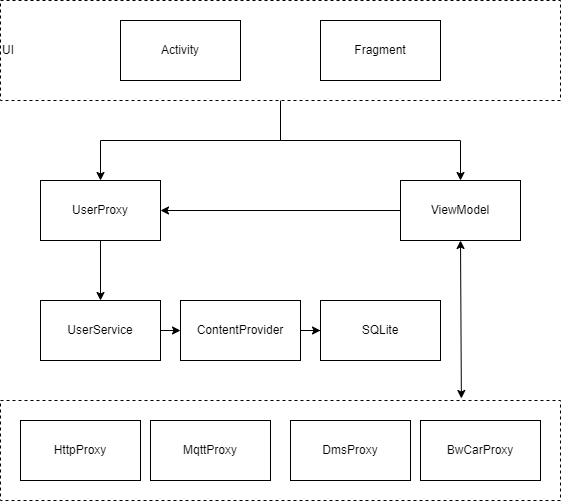
notigit/Image keeps this draw.io diagram as x9hp/用户管理应用架构图.png. Above is the earlier version. Source tidied: cells renumbered, new cells last; positions are measured from the earlier drawing's top-left corner, leaving out a move shared by most shapes.
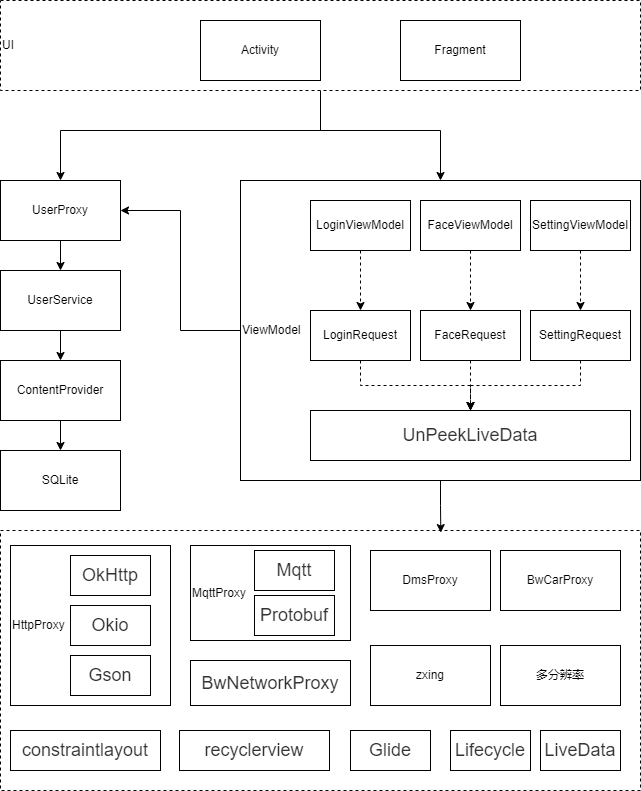
Later version of the same file.

Commit message:
更新用户管理应用架构图.png

What changed in the source:
```diff
@@ -3,16 +3,26 @@
     <mxCell id="0" />
     <mxCell id="1" parent="0" />
     <mxCell id="2" style="rounded=0;whiteSpace=wrap;html=1;dashed=1;strokeWidth=1;" parent="1" vertex="1">
-      <mxGeometry y="400" width="560" height="100" as="geometry" />
+      <mxGeometry x="-80" y="530" width="640" height="260" as="geometry" />
     </mxCell>
     <mxCell id="3" style="edgeStyle=orthogonalEdgeStyle;rounded=0;jettySize=auto;html=1;" parent="1" edge="1" source="5" target="9">
-      <mxGeometry relative="1" as="geometry" />
+      <mxGeometry relative="1" as="geometry">
+        <Array as="points">
+          <mxPoint x="240" y="130" />
+          <mxPoint x="-20" y="130" />
+        </Array>
+      </mxGeometry>
     </mxCell>
-    <mxCell id="4" style="edgeStyle=orthogonalEdgeStyle;rounded=0;jettySize=auto;html=1;exitX=0.5;exitY=1;exitDx=0;exitDy=0;entryX=0.5;entryY=0;entryDx=0;entryDy=0;" parent="1" edge="1" source="5" target="11">
-      <mxGeometry relative="1" as="geometry" />
+    <mxCell id="4" style="edgeStyle=orthogonalEdgeStyle;rounded=0;jettySize=auto;html=1;exitX=0.5;exitY=1;exitDx=0;exitDy=0;" parent="1" edge="1" source="5" target="11">
+      <mxGeometry relative="1" as="geometry">
+        <Array as="points">
+          <mxPoint x="240" y="130" />
+          <mxPoint x="360" y="130" />
+        </Array>
+      </mxGeometry>
     </mxCell>
     <mxCell id="5" value="UI" style="rounded=0;whiteSpace=wrap;html=1;dashed=1;align=left;strokeWidth=1;spacing=2;" parent="1" vertex="1">
-      <mxGeometry width="560" height="100" as="geometry" />
+      <mxGeometry x="-80" width="640" height="90" as="geometry" />
     </mxCell>
     <mxCell id="6" value="Activity" style="rounded=0;whiteSpace=wrap;html=1;" parent="1" vertex="1">
       <mxGeometry x="120" y="20" width="120" height="60" as="geometry" />
@@ -24,43 +34,121 @@
       <mxGeometry relative="1" as="geometry" />
     </mxCell>
     <mxCell id="9" value="UserProxy" style="rounded=0;whiteSpace=wrap;html=1;" parent="1" vertex="1">
-      <mxGeometry x="40" y="180" width="120" height="60" as="geometry" />
+      <mxGeometry x="-80" y="180" width="120" height="60" as="geometry" />
     </mxCell>
+    <mxCell id="22" style="edgeStyle=orthogonalEdgeStyle;rounded=0;jettySize=auto;html=1;exitX=0.5;exitY=1;exitDx=0;exitDy=0;entryX=0.688;entryY=0.008;entryDx=0;entryDy=0;entryPerimeter=0;" parent="1" edge="1" source="11" target="2">
+      <mxGeometry relative="1" as="geometry" />
+    </mxCell>
     <mxCell id="10" style="edgeStyle=orthogonalEdgeStyle;rounded=0;jettySize=auto;html=1;entryX=1;entryY=0.5;entryDx=0;entryDy=0;" parent="1" edge="1" source="11" target="9">
       <mxGeometry relative="1" as="geometry" />
     </mxCell>
-    <mxCell id="11" value="ViewModel" style="rounded=0;whiteSpace=wrap;html=1;" parent="1" vertex="1">
-      <mxGeometry x="400" y="180" width="120" height="60" as="geometry" />
+    <mxCell id="11" value="ViewModel" style="rounded=0;whiteSpace=wrap;html=1;align=left;" parent="1" vertex="1">
+      <mxGeometry x="160" y="180" width="400" height="300" as="geometry" />
     </mxCell>
-    <mxCell id="12" style="edgeStyle=orthogonalEdgeStyle;rounded=0;jettySize=auto;html=1;exitX=1;exitY=0.5;exitDx=0;exitDy=0;entryX=0;entryY=0.5;entryDx=0;entryDy=0;" parent="1" edge="1" source="13" target="15">
+    <mxCell id="12" style="edgeStyle=orthogonalEdgeStyle;rounded=0;jettySize=auto;html=1;entryX=0.5;entryY=0;entryDx=0;entryDy=0;" parent="1" edge="1" source="13" target="15">
       <mxGeometry relative="1" as="geometry" />
     </mxCell>
     <mxCell id="13" value="UserService" style="rounded=0;whiteSpace=wrap;html=1;" parent="1" vertex="1">
-      <mxGeometry x="40" y="300" width="120" height="60" as="geometry" />
+      <mxGeometry x="-80" y="270" width="120" height="60" as="geometry" />
     </mxCell>
-    <mxCell id="14" style="edgeStyle=orthogonalEdgeStyle;rounded=0;jettySize=auto;html=1;entryX=0;entryY=0.5;entryDx=0;entryDy=0;" parent="1" edge="1" source="15" target="21">
+    <mxCell id="14" style="edgeStyle=orthogonalEdgeStyle;rounded=0;jettySize=auto;html=1;exitX=0.5;exitY=1;exitDx=0;exitDy=0;entryX=0.5;entryY=0;entryDx=0;entryDy=0;" parent="1" edge="1" source="15" target="21">
       <mxGeometry relative="1" as="geometry" />
     </mxCell>
     <mxCell id="15" value="ContentProvider" style="rounded=0;whiteSpace=wrap;html=1;" parent="1" vertex="1">
-      <mxGeometry x="180" y="300" width="120" height="60" as="geometry" />
+      <mxGeometry x="-80" y="360" width="120" height="60" as="geometry" />
     </mxCell>
-    <mxCell id="16" value="HttpProxy" style="rounded=0;whiteSpace=wrap;html=1;" parent="1" vertex="1">
-      <mxGeometry x="20" y="420" width="120" height="60" as="geometry" />
+    <mxCell id="16" value="HttpProxy" style="rounded=0;whiteSpace=wrap;html=1;align=left;" parent="1" vertex="1">
+      <mxGeometry x="-70" y="545" width="160" height="160" as="geometry" />
     </mxCell>
-    <mxCell id="17" value="MqttProxy" style="rounded=0;whiteSpace=wrap;html=1;" parent="1" vertex="1">
-      <mxGeometry x="150" y="420" width="120" height="60" as="geometry" />
+    <mxCell id="17" value="MqttProxy" style="rounded=0;whiteSpace=wrap;html=1;align=left;" parent="1" vertex="1">
+      <mxGeometry x="110" y="545" width="160" height="95" as="geometry" />
     </mxCell>
     <mxCell id="18" value="DmsProxy" style="rounded=0;whiteSpace=wrap;html=1;" parent="1" vertex="1">
-      <mxGeometry x="290" y="420" width="120" height="60" as="geometry" />
+      <mxGeometry x="290" y="550" width="120" height="60" as="geometry" />
     </mxCell>
     <mxCell id="19" value="BwCarProxy" style="rounded=0;whiteSpace=wrap;html=1;" parent="1" vertex="1">
-      <mxGeometry x="420" y="420" width="120" height="60" as="geometry" />
+      <mxGeometry x="420" y="550" width="120" height="60" as="geometry" />
     </mxCell>
-    <mxCell id="20" style="endArrow=classic;startArrow=classic;html=1;rounded=0;entryX=0.5;entryY=1;entryDx=0;entryDy=0;exitX=0.823;exitY=-0.02;exitDx=0;exitDy=0;exitPerimeter=0;" parent="1" edge="1" source="2" target="11">
-      <mxGeometry relative="1" as="geometry" />
-    </mxCell>
     <mxCell id="21" value="SQLite" style="rounded=0;whiteSpace=wrap;html=1;" parent="1" vertex="1">
-      <mxGeometry x="320" y="300" width="120" height="60" as="geometry" />
+      <mxGeometry x="-80" y="450" width="120" height="60" as="geometry" />
     </mxCell>
+    <mxCell id="23" value="&lt;span style=&quot;color: rgb(50 , 50 , 50) ; font-size: 18px ; background-color: rgba(255 , 255 , 255 , 0.01)&quot;&gt;constraintlayout&lt;/span&gt;" style="rounded=0;whiteSpace=wrap;html=1;" parent="1" vertex="1">
+      <mxGeometry x="-70" y="730" width="150" height="40" as="geometry" />
+    </mxCell>
+    <mxCell id="24" value="&lt;span style=&quot;color: rgb(50 , 50 , 50) ; font-size: 18px ; background-color: rgba(255 , 255 , 255 , 0.01)&quot;&gt;recyclerview&lt;/span&gt;" style="rounded=0;whiteSpace=wrap;html=1;" parent="1" vertex="1">
+      <mxGeometry x="99" y="730" width="150" height="40" as="geometry" />
+    </mxCell>
+    <mxCell id="25" value="&lt;span style=&quot;color: rgb(50 , 50 , 50) ; font-size: 18px ; background-color: rgba(255 , 255 , 255 , 0.01)&quot;&gt;Glide&lt;/span&gt;" style="rounded=0;whiteSpace=wrap;html=1;" parent="1" vertex="1">
+      <mxGeometry x="270" y="730" width="80" height="40" as="geometry" />
+    </mxCell>
+    <mxCell id="26" value="&lt;span style=&quot;color: rgb(50 , 50 , 50) ; font-size: 18px ; background-color: rgba(255 , 255 , 255 , 0.01)&quot;&gt;Lifecycle&lt;/span&gt;" style="rounded=0;whiteSpace=wrap;html=1;" parent="1" vertex="1">
+      <mxGeometry x="370" y="730" width="80" height="40" as="geometry" />
+    </mxCell>
+    <mxCell id="27" value="&lt;span style=&quot;color: rgb(50 , 50 , 50) ; font-size: 18px ; background-color: rgba(255 , 255 , 255 , 0.01)&quot;&gt;LiveData&lt;/span&gt;" style="rounded=0;whiteSpace=wrap;html=1;" parent="1" vertex="1">
+      <mxGeometry x="460" y="730" width="80" height="40" as="geometry" />
+    </mxCell>
+    <mxCell id="28" value="&lt;span style=&quot;color: rgb(50 , 50 , 50) ; font-size: 18px ; background-color: rgba(255 , 255 , 255 , 0.01)&quot;&gt;OkHttp&lt;/span&gt;" style="rounded=0;whiteSpace=wrap;html=1;" parent="1" vertex="1">
+      <mxGeometry x="-10" y="555" width="80" height="40" as="geometry" />
+    </mxCell>
+    <mxCell id="29" value="&lt;span style=&quot;color: rgb(50 , 50 , 50) ; font-size: 18px ; background-color: rgba(255 , 255 , 255 , 0.01)&quot;&gt;Okio&lt;/span&gt;" style="rounded=0;whiteSpace=wrap;html=1;" parent="1" vertex="1">
+      <mxGeometry x="-10" y="605" width="80" height="40" as="geometry" />
+    </mxCell>
+    <mxCell id="30" value="&lt;span style=&quot;color: rgb(50 , 50 , 50) ; font-size: 18px ; background-color: rgba(255 , 255 , 255 , 0.01)&quot;&gt;Gson&lt;/span&gt;" style="rounded=0;whiteSpace=wrap;html=1;" parent="1" vertex="1">
+      <mxGeometry x="-10" y="655" width="80" height="40" as="geometry" />
+    </mxCell>
+    <mxCell id="31" value="&lt;span style=&quot;color: rgb(50 , 50 , 50) ; font-size: 18px ; background-color: rgba(255 , 255 , 255 , 0.01)&quot;&gt;BwNetworkProxy&lt;/span&gt;" style="rounded=0;whiteSpace=wrap;html=1;" parent="1" vertex="1">
+      <mxGeometry x="110" y="660" width="160" height="45" as="geometry" />
+    </mxCell>
+    <mxCell id="32" value="&lt;span style=&quot;color: rgb(50 , 50 , 50) ; font-size: 18px ; background-color: rgba(255 , 255 , 255 , 0.01)&quot;&gt;Mqtt&lt;/span&gt;" style="rounded=0;whiteSpace=wrap;html=1;" parent="1" vertex="1">
+      <mxGeometry x="174" y="550" width="80" height="40" as="geometry" />
+    </mxCell>
+    <mxCell id="33" value="&lt;span style=&quot;color: rgb(50 , 50 , 50) ; font-size: 18px ; background-color: rgba(255 , 255 , 255 , 0.01)&quot;&gt;Protobuf&lt;/span&gt;" style="rounded=0;whiteSpace=wrap;html=1;" parent="1" vertex="1">
+      <mxGeometry x="174" y="595" width="80" height="40" as="geometry" />
+    </mxCell>
+    <mxCell id="34" style="edgeStyle=orthogonalEdgeStyle;rounded=0;jettySize=auto;html=1;dashed=1;" parent="1" edge="1" source="35" target="41">
+      <mxGeometry relative="1" as="geometry" />
+    </mxCell>
+    <mxCell id="35" value="LoginViewModel" style="rounded=0;whiteSpace=wrap;html=1;" parent="1" vertex="1">
+      <mxGeometry x="230" y="200" width="100" height="50" as="geometry" />
+    </mxCell>
+    <mxCell id="36" style="edgeStyle=orthogonalEdgeStyle;rounded=0;jettySize=auto;html=1;entryX=0.5;entryY=0;entryDx=0;entryDy=0;dashed=1;" parent="1" edge="1" source="37" target="43">
+      <mxGeometry relative="1" as="geometry" />
+    </mxCell>
+    <mxCell id="37" value="FaceViewModel" style="rounded=0;whiteSpace=wrap;html=1;" parent="1" vertex="1">
+      <mxGeometry x="340" y="200" width="100" height="50" as="geometry" />
+    </mxCell>
+    <mxCell id="38" style="edgeStyle=orthogonalEdgeStyle;rounded=0;jettySize=auto;html=1;dashed=1;" parent="1" edge="1" source="39" target="45">
+      <mxGeometry relative="1" as="geometry" />
+    </mxCell>
+    <mxCell id="39" value="SettingViewModel" style="rounded=0;whiteSpace=wrap;html=1;" parent="1" vertex="1">
+      <mxGeometry x="450" y="200" width="100" height="50" as="geometry" />
+    </mxCell>
+    <mxCell id="40" style="edgeStyle=orthogonalEdgeStyle;rounded=0;jettySize=auto;html=1;dashed=1;" parent="1" edge="1" source="41" target="46">
+      <mxGeometry relative="1" as="geometry" />
+    </mxCell>
+    <mxCell id="41" value="LoginRequest" style="rounded=0;whiteSpace=wrap;html=1;" parent="1" vertex="1">
+      <mxGeometry x="230" y="310" width="100" height="50" as="geometry" />
+    </mxCell>
+    <mxCell id="42" style="edgeStyle=orthogonalEdgeStyle;rounded=0;jettySize=auto;html=1;entryX=0.5;entryY=0;entryDx=0;entryDy=0;dashed=1;" parent="1" edge="1" source="43" target="46">
+      <mxGeometry relative="1" as="geometry" />
+    </mxCell>
+    <mxCell id="43" value="FaceRequest" style="rounded=0;whiteSpace=wrap;html=1;" parent="1" vertex="1">
+      <mxGeometry x="340" y="310" width="100" height="50" as="geometry" />
+    </mxCell>
+    <mxCell id="44" style="edgeStyle=orthogonalEdgeStyle;rounded=0;jettySize=auto;html=1;entryX=0.5;entryY=0;entryDx=0;entryDy=0;dashed=1;" parent="1" edge="1" source="45" target="46">
+      <mxGeometry relative="1" as="geometry" />
+    </mxCell>
+    <mxCell id="45" value="SettingRequest" style="rounded=0;whiteSpace=wrap;html=1;" parent="1" vertex="1">
+      <mxGeometry x="450" y="310" width="100" height="50" as="geometry" />
+    </mxCell>
+    <mxCell id="46" value="&lt;span style=&quot;color: rgb(50 , 50 , 50) ; font-size: 18px ; background-color: rgba(255 , 255 , 255 , 0.01)&quot;&gt;UnPeekLiveData&lt;/span&gt;" style="rounded=0;whiteSpace=wrap;html=1;" parent="1" vertex="1">
+      <mxGeometry x="230" y="410" width="320" height="50" as="geometry" />
+    </mxCell>
+    <mxCell id="47" value="zxing" style="rounded=0;whiteSpace=wrap;html=1;" parent="1" vertex="1">
+      <mxGeometry x="290" y="645" width="120" height="60" as="geometry" />
+    </mxCell>
+    <mxCell id="48" value="多分辨率" style="rounded=0;whiteSpace=wrap;html=1;" parent="1" vertex="1">
+      <mxGeometry x="420" y="645" width="120" height="60" as="geometry" />
+    </mxCell>
   </root>
 </mxGraphModel>
```
